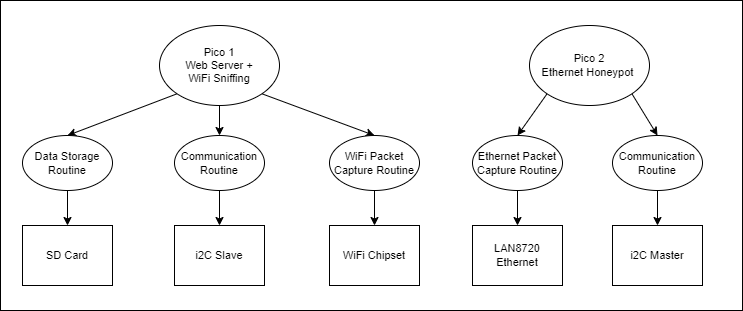
This is Block Diagram.png from TARZH3N/pico-team20, a draw.io export, as it was before one commit. Source tidied: cells renumbered, new cells last; positions are measured from the earlier drawing's top-left corner, leaving out a move shared by most shapes.
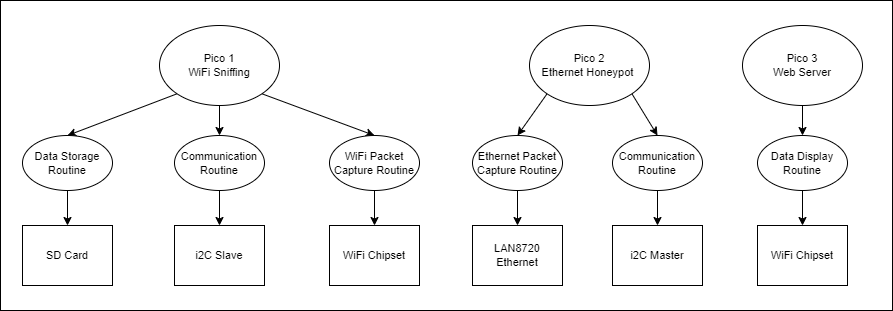
Later version of the same file.

Change to the diagram source:
```diff
@@ -3,7 +3,7 @@
     <mxCell id="0" />
     <mxCell id="1" parent="0" />
     <mxCell id="2" style="rounded=0;whiteSpace=wrap;html=1;" parent="1" vertex="1">
-      <mxGeometry width="742" height="310" as="geometry" />
+      <mxGeometry width="892" height="310" as="geometry" />
     </mxCell>
     <mxCell id="3" style="rounded=0;jettySize=auto;html=1;entryX=0.5;entryY=0;entryDx=0;entryDy=0;exitX=0;exitY=1;exitDx=0;exitDy=0;fontSize=11;" parent="1" edge="1" source="6" target="11">
       <mxGeometry relative="1" as="geometry" />
@@ -14,7 +14,7 @@
     <mxCell id="5" style="rounded=0;jettySize=auto;html=1;exitX=1;exitY=1;exitDx=0;exitDy=0;entryX=0.5;entryY=0;entryDx=0;entryDy=0;fontSize=11;" parent="1" edge="1" source="6" target="15">
       <mxGeometry relative="1" as="geometry" />
     </mxCell>
-    <mxCell id="6" value="Pico 1&lt;br&gt;Web Server + &lt;br&gt;WiFi Sniffing" style="ellipse;whiteSpace=wrap;html=1;fontSize=11;" parent="1" vertex="1">
+    <mxCell id="6" value="Pico 1&lt;br&gt;WiFi Sniffing" style="ellipse;whiteSpace=wrap;html=1;fontSize=11;" parent="1" vertex="1">
       <mxGeometry x="159" y="25" width="120" height="80" as="geometry" />
     </mxCell>
     <mxCell id="7" value="i2C Slave" style="rounded=0;whiteSpace=wrap;html=1;fontSize=11;" parent="1" vertex="1">
@@ -71,5 +71,20 @@
     <mxCell id="24" value="Communication Routine" style="ellipse;whiteSpace=wrap;html=1;fontSize=11;" parent="1" vertex="1">
       <mxGeometry x="612" y="135" width="90" height="55" as="geometry" />
     </mxCell>
+    <mxCell id="25" value="Pico 3&lt;br&gt;Web Server" style="ellipse;whiteSpace=wrap;html=1;fontSize=11;" parent="1" vertex="1">
+      <mxGeometry x="742" y="25" width="120" height="80" as="geometry" />
+    </mxCell>
+    <mxCell id="26" value="&lt;font style=&quot;font-size: 11px;&quot;&gt;Data Display Routine&lt;/font&gt;" style="ellipse;whiteSpace=wrap;html=1;fontSize=11;" parent="1" vertex="1">
+      <mxGeometry x="757" y="135" width="90" height="55" as="geometry" />
+    </mxCell>
+    <mxCell id="27" value="WiFi Chipset" style="rounded=0;whiteSpace=wrap;html=1;fontSize=11;" parent="1" vertex="1">
+      <mxGeometry x="757" y="225" width="90" height="60" as="geometry" />
+    </mxCell>
+    <mxCell id="28" style="rounded=0;jettySize=auto;html=1;exitX=0.5;exitY=1;exitDx=0;exitDy=0;entryX=0.5;entryY=0;entryDx=0;entryDy=0;fontSize=11;" parent="1" edge="1" source="25" target="26">
+      <mxGeometry relative="1" as="geometry" />
+    </mxCell>
+    <mxCell id="29" style="edgeStyle=orthogonalEdgeStyle;rounded=0;jettySize=auto;html=1;exitX=0.5;exitY=1;exitDx=0;exitDy=0;entryX=0.5;entryY=0;entryDx=0;entryDy=0;fontSize=11;" parent="1" edge="1" source="26" target="27">
+      <mxGeometry relative="1" as="geometry" />
+    </mxCell>
   </root>
 </mxGraphModel>
```
